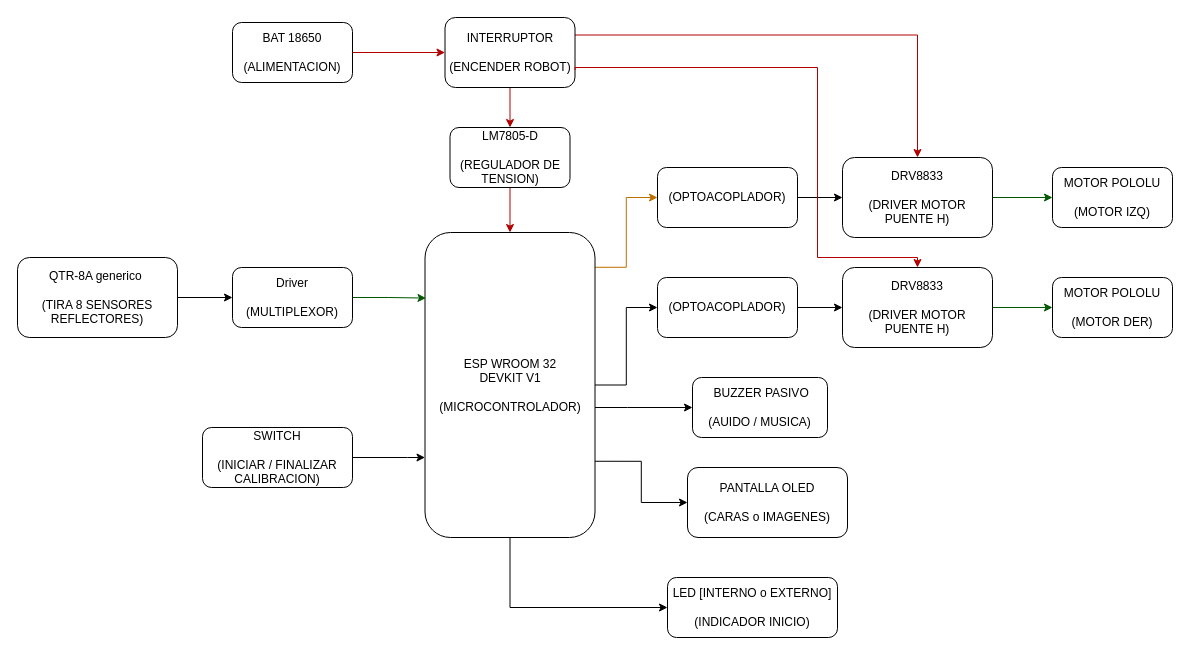
This is page "V2" (4 of 5) of COCHE_COMPETENCIA - DIAGRAMAS.drawio from OttoDotto/Robot-de-Competencia, a draw.io file, before an edit. Source tidied: cells renumbered, new cells numbered last; positions are measured from the earlier drawing's top-left corner, leaving out a move shared by most shapes. Both pictures are drawn from the tidied source at 100%, with x=0, y=0 at pixel (17, 17).
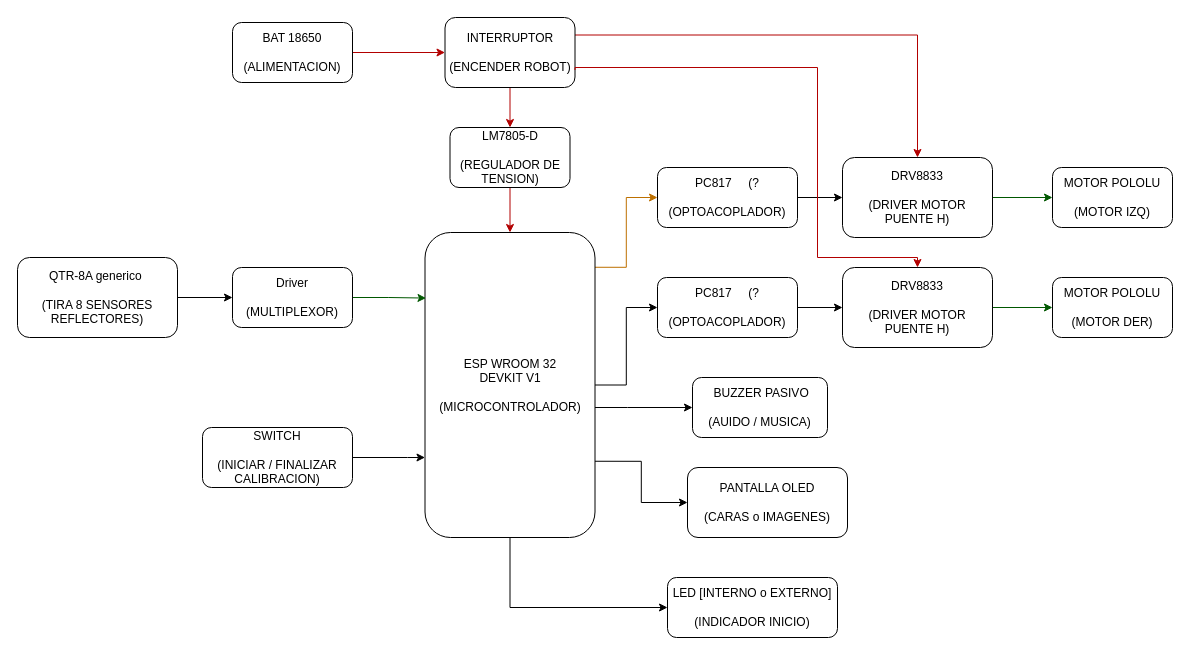
After the change.

The edit, as a diff of the source:
```diff
@@
-    <mxCell id="30" value="(OPTOACOPLADOR)" style="rounded=1;whiteSpace=wrap;html=1;" parent="1" vertex="1">
+    <mxCell id="30" value="&lt;div&gt;PC817&lt;span style=&quot;white-space: pre;&quot;&gt;&#9;&lt;/span&gt;(?&lt;/div&gt;&lt;div&gt;&lt;br&gt;&lt;/div&gt;(OPTOACOPLADOR)" style="rounded=1;whiteSpace=wrap;html=1;" parent="1" vertex="1">
       <mxGeometry x="640" y="150" width="140" height="60" as="geometry" />
     </mxCell>
@@
-    <mxCell id="32" value="(OPTOACOPLADOR)" style="rounded=1;whiteSpace=wrap;html=1;" parent="1" vertex="1">
+    <mxCell id="32" value="&lt;div&gt;&lt;div&gt;PC817&lt;span style=&quot;white-space: pre;&quot;&gt;&#9;&lt;/span&gt;(?&lt;/div&gt;&lt;div&gt;&lt;br&gt;&lt;/div&gt;&lt;/div&gt;(OPTOACOPLADOR)" style="rounded=1;whiteSpace=wrap;html=1;" parent="1" vertex="1">
       <mxGeometry x="640" y="260" width="140" height="60" as="geometry" />
     </mxCell>
```
